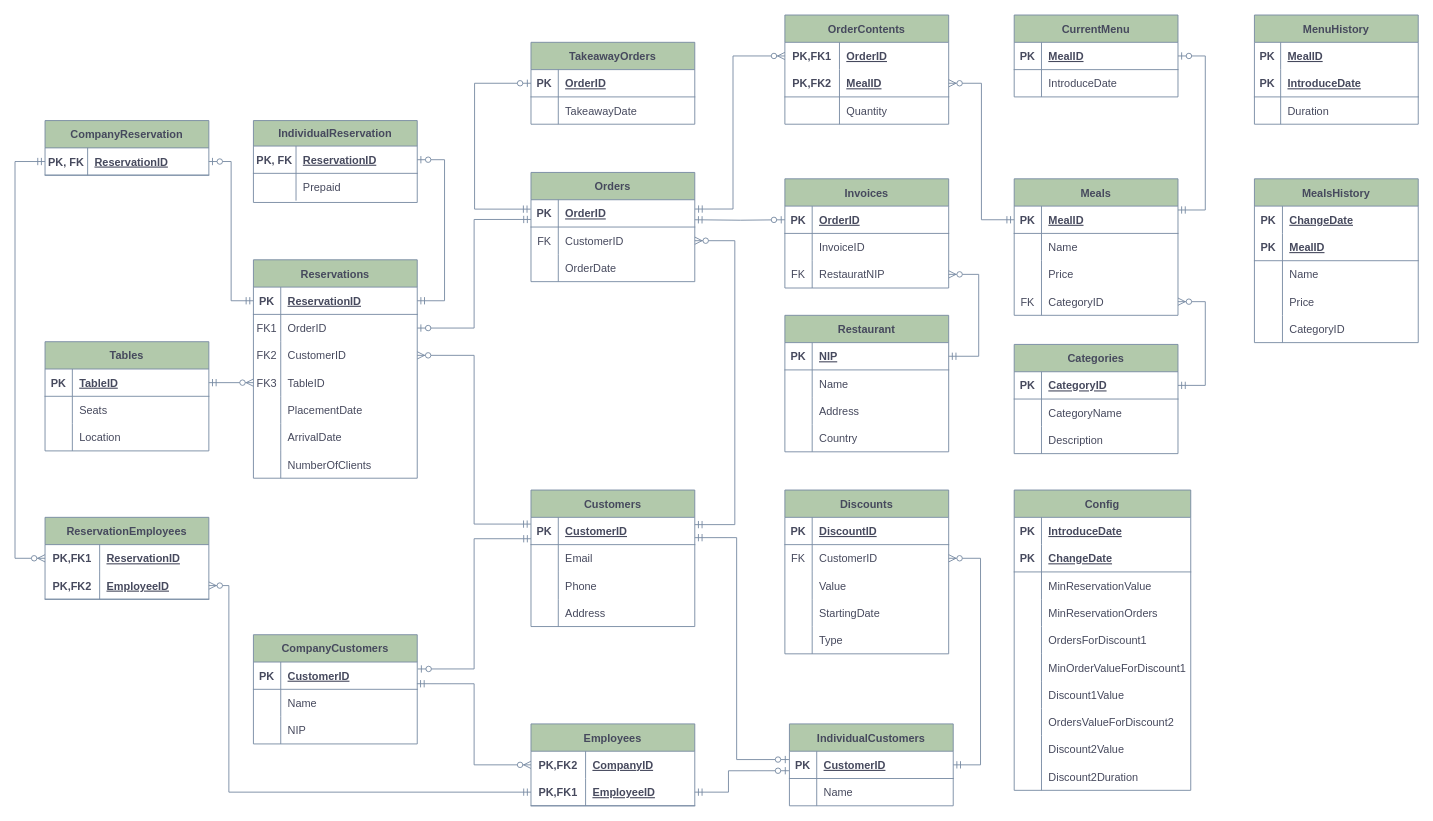
Noarkhh/BazyBazunie keeps this draw.io diagram as db_diagram/db_diagram.drawio. Above is the earlier version. Source tidied: cells renumbered, new cells numbered last; positions are measured from the earlier drawing's top-left corner, leaving out a move shared by most shapes. Both pictures are drawn from the tidied source at 91%, with x=0, y=0 at pixel (15, 15).
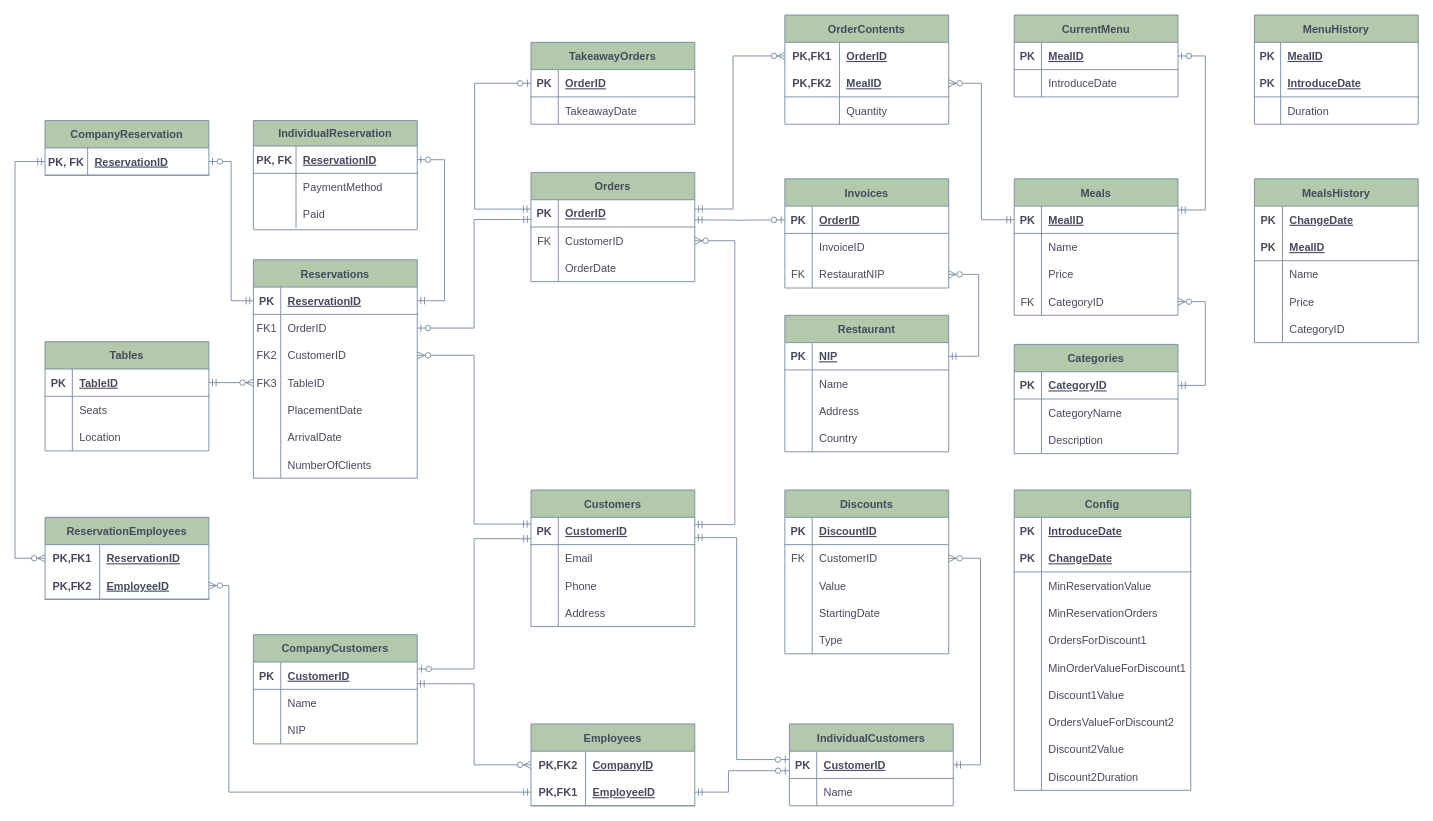
The same page after the edit.

The change refers to these unchanged cells:
```xml
<mxCell id="42" style="shape=tableRow;horizontal=0;startSize=0;swimlaneHead=0;swimlaneBody=0;fillColor=none;top=0;left=0;right=0;bottom=0;strokeColor=#788AA3;fontColor=#46495D;rounded=0;" parent="38" vertex="1">
  <mxGeometry y="58" width="180" height="30" as="geometry" />
</mxCell>
```

Diff of the diagram source:
```diff
@@
     <mxCell id="38" value="IndividualReservation" style="shape=table;startSize=28;childLayout=tableLayout;rowLines=0;fontStyle=1;align=center;fillColor=#B2C9AB;strokeColor=#788AA3;fontColor=#46495D;rounded=0;" parent="1" vertex="1">
-      <mxGeometry x="262" y="116" width="180" height="90" as="geometry" />
+      <mxGeometry x="262" y="116" width="180" height="120" as="geometry" />
     </mxCell>
@@
-    <mxCell id="44" value="Prepaid" style="shape=partialRectangle;fillColor=none;top=0;left=0;bottom=0;right=0;align=left;spacingLeft=6;overflow=hidden;strokeColor=#788AA3;fontColor=#46495D;rounded=0;" parent="42" vertex="1">
+    <mxCell id="44" value="PaymentMethod" style="shape=partialRectangle;fillColor=none;top=0;left=0;bottom=0;right=0;align=left;spacingLeft=6;overflow=hidden;strokeColor=#788AA3;fontColor=#46495D;rounded=0;" parent="42" vertex="1">
       <mxGeometry x="46.8" width="133.2" height="30" as="geometry" />
     </mxCell>
+    <mxCell id="262" style="shape=tableRow;horizontal=0;startSize=0;swimlaneHead=0;swimlaneBody=0;fillColor=none;top=0;left=0;right=0;bottom=0;strokeColor=#788AA3;fontColor=#46495D;rounded=0;" parent="38" vertex="1">
+      <mxGeometry y="88" width="180" height="30" as="geometry" />
+    </mxCell>
+    <mxCell id="263" style="shape=partialRectangle;fillColor=none;top=0;left=0;bottom=0;right=0;overflow=hidden;strokeColor=#788AA3;fontColor=#46495D;rounded=0;" parent="262" vertex="1">
+      <mxGeometry width="46.8" height="30" as="geometry" />
+    </mxCell>
+    <mxCell id="264" value="Paid" style="shape=partialRectangle;fillColor=none;top=0;left=0;bottom=0;right=0;align=left;spacingLeft=6;overflow=hidden;strokeColor=#788AA3;fontColor=#46495D;rounded=0;" parent="262" vertex="1">
+      <mxGeometry x="46.8" width="133.2" height="30" as="geometry" />
+    </mxCell>
```
